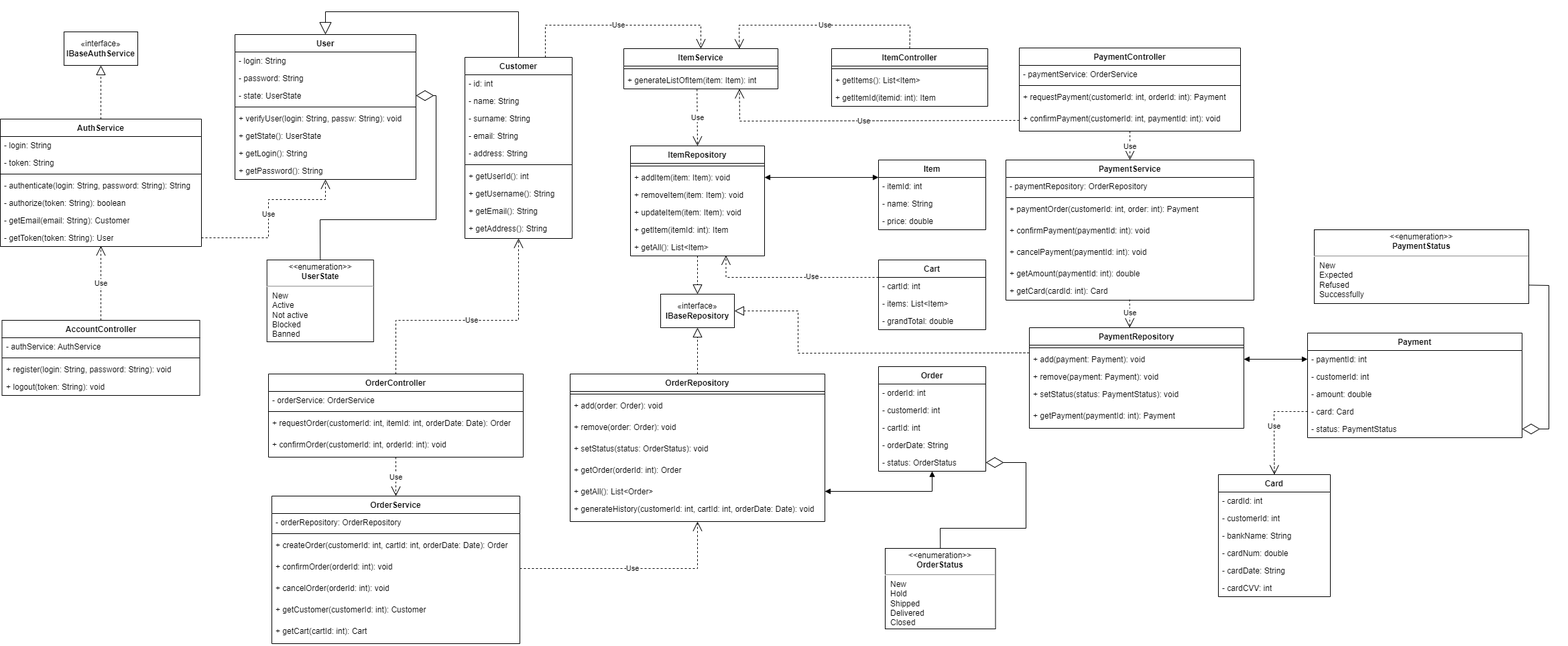
stifell/order-delivery keeps this draw.io diagram as pictures/class diagram.png. Above is the earlier version. Source tidied: cells renumbered, new cells last; positions are measured from the earlier drawing's top-left corner, leaving out a move shared by most shapes.
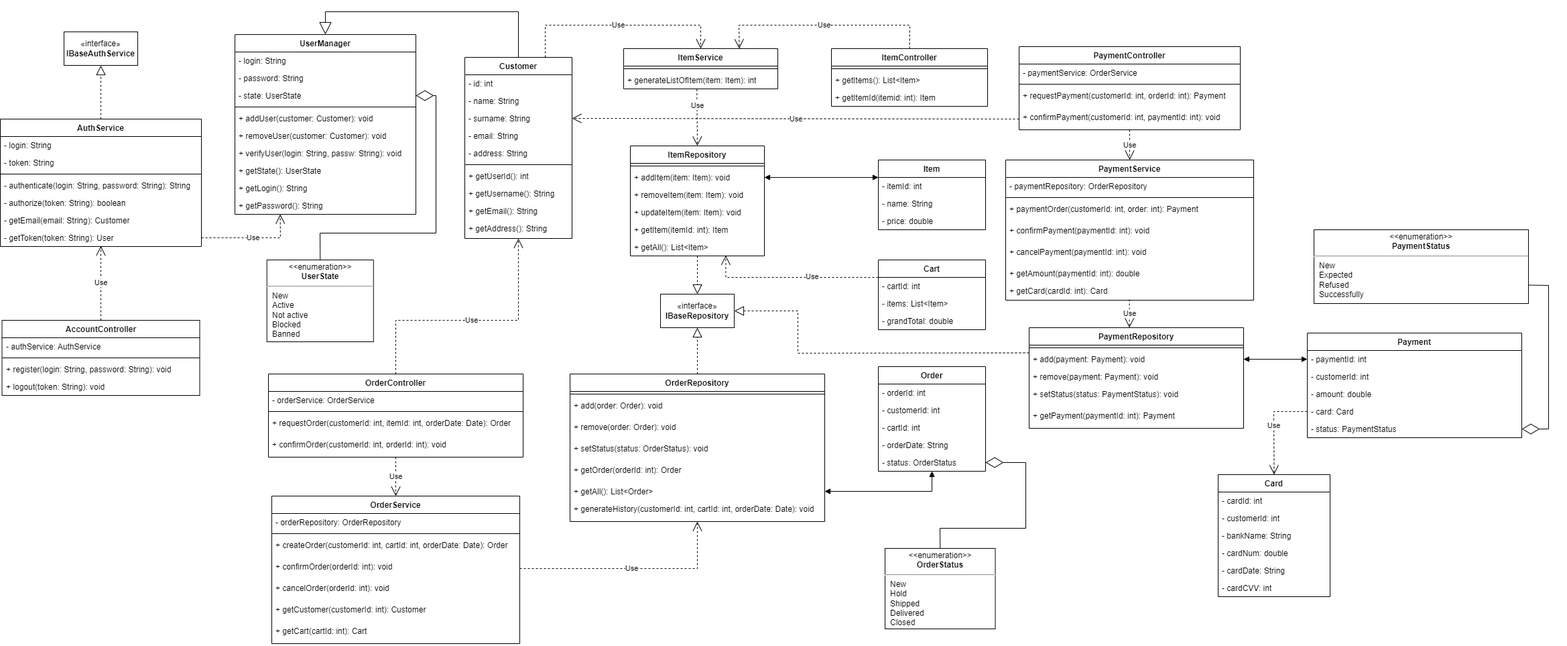
After the commit.

Commit message:
update class diagram

Diff of the diagram source:
```diff
@@ -65,8 +65,8 @@
     <mxCell id="22" value="- price: double" style="text;strokeColor=none;fillColor=none;align=left;verticalAlign=top;spacingLeft=4;spacingRight=4;overflow=hidden;whiteSpace=wrap;html=1;" parent="19" vertex="1">
       <mxGeometry y="78" width="160" height="26" as="geometry" />
     </mxCell>
-    <mxCell id="23" value="User" style="swimlane;fontStyle=1;align=center;verticalAlign=top;horizontal=1;startSize=26;whiteSpace=wrap;html=1;" parent="1" vertex="1">
-      <mxGeometry x="350" y="34" width="270" height="216" as="geometry" />
+    <mxCell id="23" value="UserManager" style="swimlane;fontStyle=1;align=center;verticalAlign=top;horizontal=1;startSize=26;whiteSpace=wrap;html=1;" parent="1" vertex="1">
+      <mxGeometry x="350" y="34" width="270" height="268" as="geometry" />
     </mxCell>
     <mxCell id="24" value="- login: String" style="text;strokeColor=none;fillColor=none;align=left;verticalAlign=top;spacingLeft=4;spacingRight=4;overflow=hidden;whiteSpace=wrap;html=1;" parent="23" vertex="1">
       <mxGeometry y="26" width="270" height="26" as="geometry" />
@@ -80,17 +80,23 @@
     <mxCell id="27" style="line;strokeWidth=1;fillColor=none;align=left;verticalAlign=middle;spacingTop=-1;spacingLeft=3;spacingRight=3;labelPosition=right;strokeColor=inherit;" parent="23" vertex="1">
       <mxGeometry y="104" width="270" height="8" as="geometry" />
     </mxCell>
+    <mxCell id="146" value="+ addUser(customer: Customer): void" style="text;strokeColor=none;fillColor=none;align=left;verticalAlign=top;spacingLeft=4;spacingRight=4;overflow=hidden;whiteSpace=wrap;html=1;" parent="23" vertex="1">
+      <mxGeometry y="112" width="270" height="26" as="geometry" />
+    </mxCell>
+    <mxCell id="147" value="+ removeUser(customer: Customer): void" style="text;strokeColor=none;fillColor=none;align=left;verticalAlign=top;spacingLeft=4;spacingRight=4;overflow=hidden;whiteSpace=wrap;html=1;" parent="23" vertex="1">
+      <mxGeometry y="138" width="270" height="26" as="geometry" />
+    </mxCell>
     <mxCell id="28" value="+ verifyUser(login: String, passw: String): void" style="text;strokeColor=none;fillColor=none;align=left;verticalAlign=top;spacingLeft=4;spacingRight=4;overflow=hidden;whiteSpace=wrap;html=1;" parent="23" vertex="1">
-      <mxGeometry y="112" width="270" height="26" as="geometry" />
+      <mxGeometry y="164" width="270" height="26" as="geometry" />
     </mxCell>
     <mxCell id="29" value="+ getState(): UserState" style="text;strokeColor=none;fillColor=none;align=left;verticalAlign=top;spacingLeft=4;spacingRight=4;overflow=hidden;whiteSpace=wrap;html=1;" parent="23" vertex="1">
-      <mxGeometry y="138" width="270" height="26" as="geometry" />
+      <mxGeometry y="190" width="270" height="26" as="geometry" />
     </mxCell>
     <mxCell id="30" value="+ getLogin(): String" style="text;strokeColor=none;fillColor=none;align=left;verticalAlign=top;spacingLeft=4;spacingRight=4;overflow=hidden;whiteSpace=wrap;html=1;" parent="23" vertex="1">
-      <mxGeometry y="164" width="270" height="26" as="geometry" />
+      <mxGeometry y="216" width="270" height="26" as="geometry" />
     </mxCell>
     <mxCell id="31" value="+ getPassword(): String" style="text;strokeColor=none;fillColor=none;align=left;verticalAlign=top;spacingLeft=4;spacingRight=4;overflow=hidden;whiteSpace=wrap;html=1;" parent="23" vertex="1">
-      <mxGeometry y="190" width="270" height="26" as="geometry" />
+      <mxGeometry y="242" width="270" height="26" as="geometry" />
     </mxCell>
     <mxCell id="32" value="&lt;p style=&quot;margin:0px;margin-top:4px;text-align:center;&quot;&gt;&amp;lt;&amp;lt;enumeration&amp;gt;&amp;gt;&lt;br&gt;&lt;b&gt;UserState&lt;/b&gt;&lt;/p&gt;&lt;hr&gt;&lt;p style=&quot;margin:0px;margin-left:8px;text-align:left;&quot;&gt;New&lt;br&gt;Active&lt;/p&gt;&lt;p style=&quot;margin:0px;margin-left:8px;text-align:left;&quot;&gt;Not active&lt;br&gt;&lt;/p&gt;&lt;p style=&quot;margin:0px;margin-left:8px;text-align:left;&quot;&gt;Blocked&lt;/p&gt;&lt;p style=&quot;margin:0px;margin-left:8px;text-align:left;&quot;&gt;Banned&lt;/p&gt;&lt;p style=&quot;margin:0px;margin-left:8px;text-align:left;&quot;&gt;&lt;br&gt;&lt;/p&gt;" style="shape=rect;html=1;overflow=fill;whiteSpace=wrap;" parent="1" vertex="1">
       <mxGeometry x="397.8" y="370" width="159" height="122" as="geometry" />
@@ -209,16 +215,6 @@
     <mxCell id="70" value="&lt;p style=&quot;margin:0px;margin-top:4px;text-align:center;&quot;&gt;&amp;lt;&amp;lt;enumeration&amp;gt;&amp;gt;&lt;br&gt;&lt;b&gt;PaymentStatus&lt;br&gt;&lt;/b&gt;&lt;/p&gt;&lt;hr&gt;&lt;p style=&quot;margin:0px;margin-left:8px;text-align:left;&quot;&gt;New&lt;/p&gt;&lt;p style=&quot;margin:0px;margin-left:8px;text-align:left;&quot;&gt;Expected&lt;/p&gt;&lt;p style=&quot;margin:0px;margin-left:8px;text-align:left;&quot;&gt;Refused&lt;br&gt;Successfully&amp;nbsp;&lt;/p&gt;" style="shape=rect;html=1;overflow=fill;whiteSpace=wrap;" parent="1" vertex="1">
       <mxGeometry x="1960" y="325" width="320" height="110" as="geometry" />
     </mxCell>
-    <mxCell id="71" value="Use" style="endArrow=open;endSize=12;dashed=1;html=1;rounded=0;exitX=1;exitY=0.5;exitDx=0;exitDy=0;" parent="1" edge="1" source="54">
-      <mxGeometry relative="1" as="geometry">
-        <mxPoint x="485" y="250" as="targetPoint" />
-        <Array as="points">
-          <mxPoint x="400" y="337" />
-          <mxPoint x="400" y="280" />
-          <mxPoint x="485" y="280" />
-        </Array>
-      </mxGeometry>
-    </mxCell>
     <mxCell id="72" style="endArrow=block;endSize=16;endFill=0;html=1;rounded=0;exitX=0.5;exitY=0;exitDx=0;exitDy=0;entryX=0.5;entryY=0;entryDx=0;entryDy=0;" parent="1" edge="1" source="2" target="23">
       <mxGeometry relative="1" as="geometry">
         <Array as="points">
@@ -340,7 +336,7 @@
       </mxGeometry>
     </mxCell>
     <mxCell id="107" value="Use" style="endArrow=open;endSize=12;dashed=1;html=1;rounded=0;exitX=0.475;exitY=1.02;exitDx=0;exitDy=0;exitPerimeter=0;entryX=0.5;entryY=0;entryDx=0;entryDy=0;" parent="1" edge="1" source="75" target="39">
-      <mxGeometry relative="1" as="geometry" />
+      <mxGeometry x="-0.42" y="1" relative="1" as="geometry" />
     </mxCell>
     <mxCell id="108" style="endArrow=block;startArrow=block;endFill=1;startFill=1;html=1;rounded=0;exitX=0;exitY=0.25;exitDx=0;exitDy=0;entryX=1;entryY=0.5;entryDx=0;entryDy=0;" parent="1" edge="1" source="19" target="41">
       <mxGeometry relative="1" as="geometry" />
@@ -398,8 +394,8 @@
     <mxCell id="119" style="endArrow=diamondThin;endFill=0;endSize=24;html=1;rounded=0;exitX=0.5;exitY=0;exitDx=0;exitDy=0;entryX=1;entryY=0.5;entryDx=0;entryDy=0;" parent="1" edge="1" source="32" target="26">
       <mxGeometry relative="1" as="geometry">
         <Array as="points">
-          <mxPoint x="477" y="310" />
-          <mxPoint x="650" y="310" />
+          <mxPoint x="477" y="330" />
+          <mxPoint x="650" y="330" />
           <mxPoint x="650" y="125" />
         </Array>
       </mxGeometry>
@@ -423,7 +419,7 @@
       <mxGeometry y="118" width="320" height="32" as="geometry" />
     </mxCell>
     <mxCell id="126" value="PaymentController" style="swimlane;fontStyle=1;align=center;verticalAlign=top;horizontal=1;startSize=26;rounded=0;shadow=0;strokeWidth=1;" parent="1" vertex="1">
-      <mxGeometry x="1520" y="54" width="330" height="124" as="geometry" />
+      <mxGeometry x="1520" y="52" width="330" height="124" as="geometry" />
     </mxCell>
     <mxCell id="127" value="- paymentService: OrderService" style="text;align=left;verticalAlign=top;spacingLeft=4;spacingRight=4;overflow=hidden;" parent="126" vertex="1">
       <mxGeometry y="26" width="330" height="26" as="geometry" />
@@ -461,13 +457,6 @@
     <mxCell id="138" value="+ getCard(card&lt;span style=&quot;text-wrap: nowrap;&quot;&gt;Id: int&lt;/span&gt;): Card" style="text;strokeColor=none;fillColor=none;align=left;verticalAlign=top;spacingLeft=4;spacingRight=4;overflow=hidden;whiteSpace=wrap;html=1;" parent="131" vertex="1">
       <mxGeometry y="182" width="370" height="26" as="geometry" />
     </mxCell>
-    <mxCell id="139" value="Use" style="endArrow=open;endSize=12;dashed=1;html=1;rounded=0;exitX=0;exitY=0.5;exitDx=0;exitDy=0;entryX=0.75;entryY=1;entryDx=0;entryDy=0;" parent="1" edge="1" source="130" target="73">
-      <mxGeometry relative="1" as="geometry">
-        <Array as="points">
-          <mxPoint x="1103" y="163" />
-        </Array>
-      </mxGeometry>
-    </mxCell>
     <mxCell id="140" value="Use" style="endArrow=open;endSize=12;dashed=1;html=1;rounded=0;exitX=0.5;exitY=1;exitDx=0;exitDy=0;entryX=0.5;entryY=0;entryDx=0;entryDy=0;" parent="1" edge="1" source="126" target="131">
       <mxGeometry relative="1" as="geometry" />
     </mxCell>
@@ -503,5 +492,15 @@
         </Array>
       </mxGeometry>
     </mxCell>
+    <mxCell id="148" value="Use" style="endArrow=open;endSize=12;dashed=1;html=1;rounded=0;exitX=1;exitY=0.5;exitDx=0;exitDy=0;entryX=0.25;entryY=1;entryDx=0;entryDy=0;" parent="1" edge="1" source="54" target="23">
+      <mxGeometry relative="1" as="geometry">
+        <Array as="points">
+          <mxPoint x="418" y="337" />
+        </Array>
+      </mxGeometry>
+    </mxCell>
+    <mxCell id="149" value="Use" style="endArrow=open;endSize=12;dashed=1;html=1;rounded=0;exitX=0;exitY=0.5;exitDx=0;exitDy=0;entryX=1;entryY=0.5;entryDx=0;entryDy=0;" parent="1" edge="1" source="130" target="5">
+      <mxGeometry relative="1" as="geometry" />
+    </mxCell>
   </root>
 </mxGraphModel>
```
